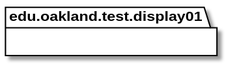
Earlier version of the PlantUML export docs/uml-class-diagrams/display01/test/Display01TestPackage_InternalDependencies.svg (elilley15/csi-3370-software-project).
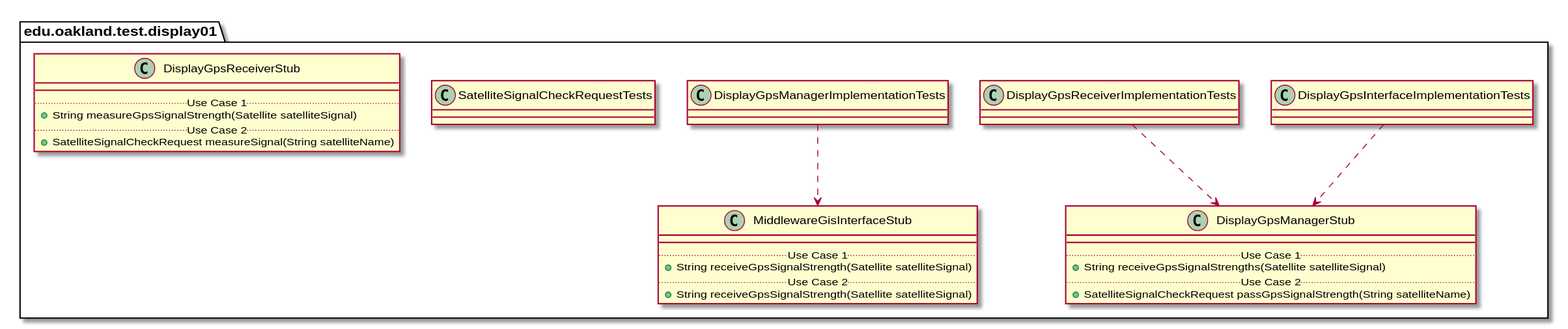
Later version of the same file.

The edit, as a diff of the source:
```diff
@@ -4,4 +4,72 @@
 
 }
 
+
+package edu.oakland.test.display01 {
+    class DisplayGpsInterfaceImplementationTests {
+
+    }
+}
+
+
+
+package edu.oakland.test.display01 {
+    class DisplayGpsManagerStub {
+        __
+        .. Use Case 1 ..
+        + String receiveGpsSignalStrengths(Satellite satelliteSignal)
+        .. Use Case 2 ..
+        + SatelliteSignalCheckRequest passGpsSignalStrength(String satelliteName)
+    }
+}
+
+DisplayGpsInterfaceImplementationTests ..> DisplayGpsManagerStub
+
+package edu.oakland.test.display01 {
+    class DisplayGpsReceiverImplementationTests {
+
+    }
+}
+
+
+DisplayGpsReceiverImplementationTests ..> DisplayGpsManagerStub
+
+package edu.oakland.test.display01 {
+    class DisplayGpsManagerImplementationTests {
+
+    }
+}
+
+
+
+package edu.oakland.test.display01 {
+    class MiddlewareGisInterfaceStub {
+        __
+        .. Use Case 1 ..
+        + String receiveGpsSignalStrength(Satellite satelliteSignal)
+        .. Use Case 2 ..
+        + String receiveGpsSignalStrength(Satellite satelliteSignal)
+    }
+}
+
+DisplayGpsManagerImplementationTests ..> MiddlewareGisInterfaceStub
+
+package edu.oakland.test.display01 {
+    class SatelliteSignalCheckRequestTests {
+
+    }
+}
+
+
+package edu.oakland.test.display01 {
+    class DisplayGpsReceiverStub {
+        __
+        .. Use Case 1 ..
+        + String measureGpsSignalStrength(Satellite satelliteSignal)
+        .. Use Case 2 ..
+        + SatelliteSignalCheckRequest measureSignal(String satelliteName)
+    }
+}
+
+
 @enduml
```
